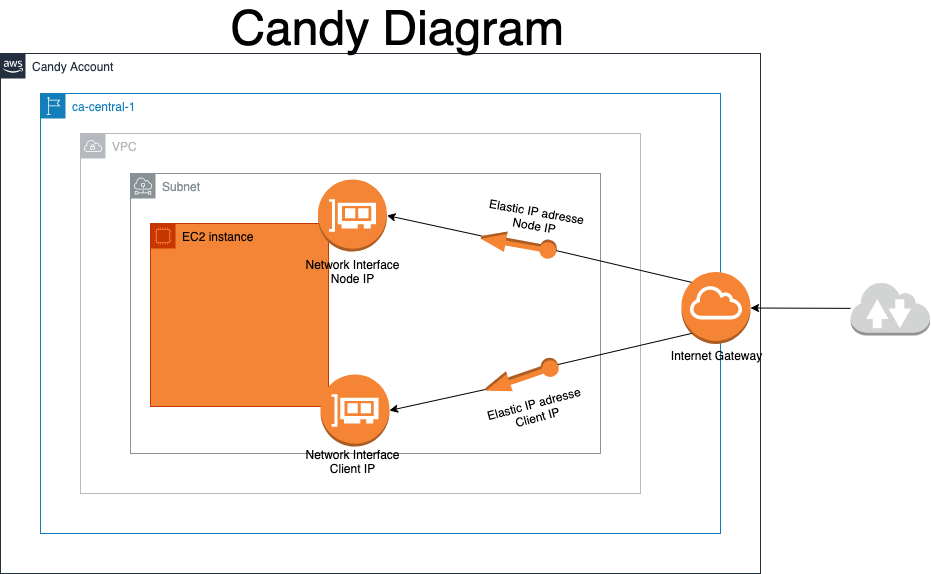
Above: terraform/aws/diagrams/Candy-Diagram.drawio.png in ICCS-ISAC/Candy (draw.io), before the change. Source tidied: cells renumbered, new cells last; positions are measured from the earlier drawing's top-left corner, leaving out a move shared by most shapes.
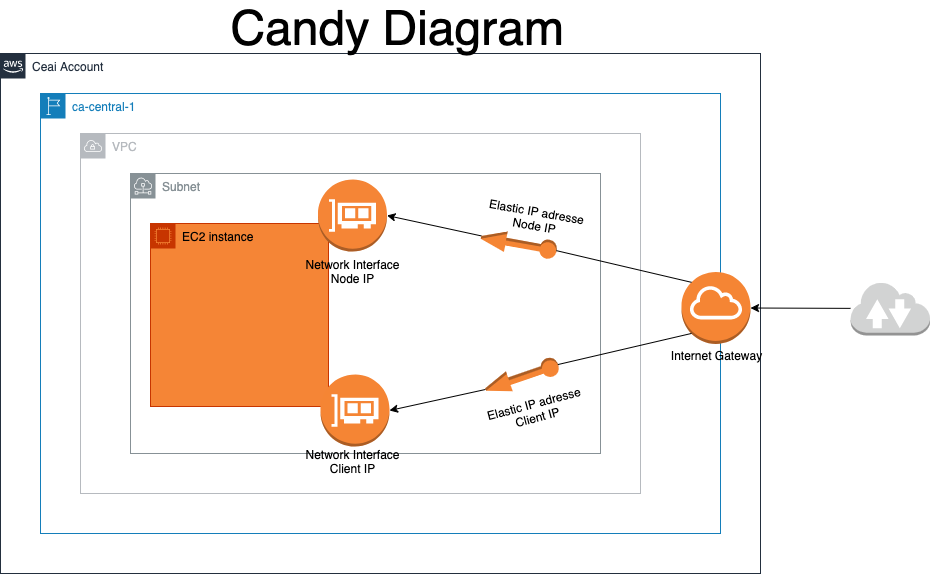
The same diagram one commit later.

Commit message:
Modify Candy diagram

Change to the diagram source:
```diff
@@ -2,7 +2,7 @@
   <root>
     <mxCell id="0" />
     <mxCell id="1" parent="0" />
-    <mxCell id="2" value="Candy Account" style="gradientColor=none;html=1;whiteSpace=wrap;fontSize=12;fontStyle=0;shape=mxgraph.aws4.group;grIcon=mxgraph.aws4.group_aws_cloud_alt;strokeColor=#232F3E;fillColor=none;verticalAlign=top;align=left;spacingLeft=30;fontColor=#232F3E;dashed=0;" parent="1" vertex="1">
+    <mxCell id="2" value="Ceai Account" style="gradientColor=none;html=1;whiteSpace=wrap;fontSize=12;fontStyle=0;shape=mxgraph.aws4.group;grIcon=mxgraph.aws4.group_aws_cloud_alt;strokeColor=#232F3E;fillColor=none;verticalAlign=top;align=left;spacingLeft=30;fontColor=#232F3E;dashed=0;" parent="1" vertex="1">
       <mxGeometry y="40" width="760" height="520" as="geometry" />
     </mxCell>
     <mxCell id="3" value="ca-central-1" style="gradientColor=none;html=1;whiteSpace=wrap;fontSize=12;fontStyle=0;shape=mxgraph.aws4.group;grIcon=mxgraph.aws4.group_region;strokeColor=#147EBA;fillColor=none;verticalAlign=top;align=left;spacingLeft=30;fontColor=#147EBA;dashed=0;" parent="1" vertex="1">
```
